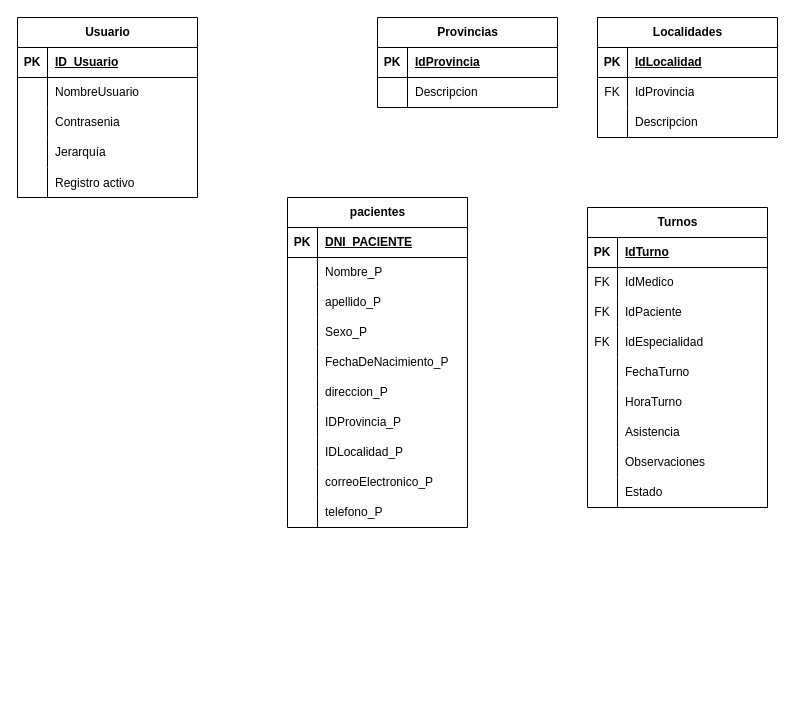
This is DER_Clinica.drawio from ZerothVeratross/tpi-progra3, a draw.io file, before an edit. Source tidied: cells renumbered, new cells numbered last; positions are measured from the earlier drawing's top-left corner, leaving out a move shared by most shapes. Both pictures are drawn from the tidied source at 100%, with x=0, y=0 at pixel (17, 17).
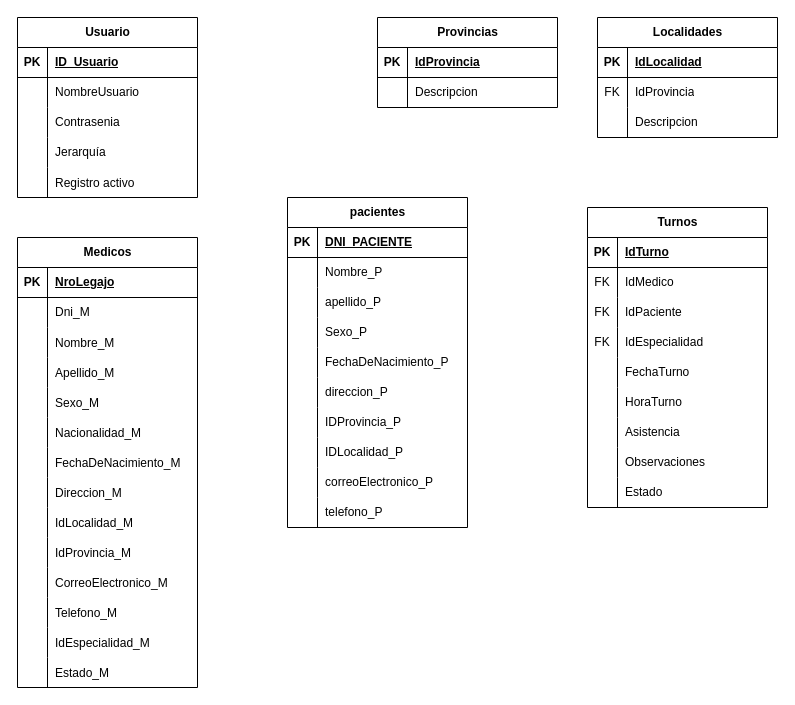
After the change.

Commit message:
Update Der_Clinica Add TablaMedicos

What changed in the source:
```diff
@@
+    <mxCell id="94" value="Medicos" style="shape=table;startSize=30;childLayout=tableLayout;rowLines=0;fontStyle=1;align=center;html=1;" parent="1" vertex="1">
+      <mxGeometry y="220" width="180" height="450" as="geometry" />
+    </mxCell>
+    <mxCell id="95" style="shape=tableRow;horizontal=0;startSize=0;swimlaneHead=0;swimlaneBody=0;fillColor=none;top=0;left=0;right=0;bottom=1;" parent="94" vertex="1">
+      <mxGeometry y="30" width="180" height="30" as="geometry" />
+    </mxCell>
+    <mxCell id="96" value="PK" style="shape=partialRectangle;fillColor=none;top=0;left=0;bottom=0;right=0;fontStyle=1;overflow=hidden;whiteSpace=wrap;html=1;" parent="95" vertex="1">
+      <mxGeometry width="30" height="30" as="geometry" />
+    </mxCell>
+    <mxCell id="97" value="NroLegajo" style="shape=partialRectangle;fillColor=none;top=0;left=0;bottom=0;right=0;align=left;spacingLeft=6;fontStyle=5;overflow=hidden;whiteSpace=wrap;html=1;" parent="95" vertex="1">
+      <mxGeometry x="30" width="150" height="30" as="geometry" />
+    </mxCell>
+    <mxCell id="98" style="shape=tableRow;horizontal=0;startSize=0;swimlaneHead=0;swimlaneBody=0;fillColor=none;top=0;left=0;right=0;bottom=0;" parent="94" vertex="1">
+      <mxGeometry y="60" width="180" height="30" as="geometry" />
+    </mxCell>
+    <mxCell id="99" style="shape=partialRectangle;fillColor=none;top=0;left=0;bottom=0;right=0;overflow=hidden;whiteSpace=wrap;html=1;" parent="98" vertex="1">
+      <mxGeometry width="30" height="30" as="geometry" />
+    </mxCell>
+    <mxCell id="100" value="Dni_M" style="shape=partialRectangle;fillColor=none;top=0;left=0;bottom=0;right=0;align=left;spacingLeft=6;overflow=hidden;whiteSpace=wrap;html=1;" parent="98" vertex="1">
+      <mxGeometry x="30" width="150" height="30" as="geometry" />
+    </mxCell>
+    <mxCell id="101" style="shape=tableRow;horizontal=0;startSize=0;swimlaneHead=0;swimlaneBody=0;fillColor=none;top=0;left=0;right=0;bottom=0;" parent="94" vertex="1">
+      <mxGeometry y="90" width="180" height="30" as="geometry" />
+    </mxCell>
+    <mxCell id="102" style="shape=partialRectangle;fillColor=none;top=0;left=0;bottom=0;right=0;overflow=hidden;" parent="101" vertex="1">
+      <mxGeometry width="30" height="30" as="geometry" />
+    </mxCell>
+    <mxCell id="103" value="Nombre_M" style="shape=partialRectangle;fillColor=none;top=0;left=0;bottom=0;right=0;align=left;spacingLeft=6;overflow=hidden;" parent="101" vertex="1">
+      <mxGeometry x="30" width="150" height="30" as="geometry" />
+    </mxCell>
+    <mxCell id="104" style="shape=tableRow;horizontal=0;startSize=0;swimlaneHead=0;swimlaneBody=0;fillColor=none;top=0;left=0;right=0;bottom=0;" parent="94" vertex="1">
+      <mxGeometry y="120" width="180" height="30" as="geometry" />
+    </mxCell>
+    <mxCell id="105" style="shape=partialRectangle;fillColor=none;top=0;left=0;bottom=0;right=0;overflow=hidden;" parent="104" vertex="1">
+      <mxGeometry width="30" height="30" as="geometry" />
+    </mxCell>
+    <mxCell id="106" value="Apellido_M" style="shape=partialRectangle;fillColor=none;top=0;left=0;bottom=0;right=0;align=left;spacingLeft=6;overflow=hidden;" parent="104" vertex="1">
+      <mxGeometry x="30" width="150" height="30" as="geometry" />
+    </mxCell>
+    <mxCell id="107" style="shape=tableRow;horizontal=0;startSize=0;swimlaneHead=0;swimlaneBody=0;fillColor=none;top=0;left=0;right=0;bottom=0;" parent="94" vertex="1">
+      <mxGeometry y="150" width="180" height="30" as="geometry" />
+    </mxCell>
+    <mxCell id="108" style="shape=partialRectangle;fillColor=none;top=0;left=0;bottom=0;right=0;overflow=hidden;" parent="107" vertex="1">
+      <mxGeometry width="30" height="30" as="geometry" />
+    </mxCell>
+    <mxCell id="109" value="Sexo_M" style="shape=partialRectangle;fillColor=none;top=0;left=0;bottom=0;right=0;align=left;spacingLeft=6;overflow=hidden;" parent="107" vertex="1">
+      <mxGeometry x="30" width="150" height="30" as="geometry" />
+    </mxCell>
+    <mxCell id="110" style="shape=tableRow;horizontal=0;startSize=0;swimlaneHead=0;swimlaneBody=0;fillColor=none;top=0;left=0;right=0;bottom=0;" parent="94" vertex="1">
+      <mxGeometry y="180" width="180" height="30" as="geometry" />
+    </mxCell>
+    <mxCell id="111" style="shape=partialRectangle;fillColor=none;top=0;left=0;bottom=0;right=0;overflow=hidden;" parent="110" vertex="1">
+      <mxGeometry width="30" height="30" as="geometry" />
+    </mxCell>
+    <mxCell id="112" value="Nacionalidad_M" style="shape=partialRectangle;fillColor=none;top=0;left=0;bottom=0;right=0;align=left;spacingLeft=6;overflow=hidden;" parent="110" vertex="1">
+      <mxGeometry x="30" width="150" height="30" as="geometry" />
+    </mxCell>
+    <mxCell id="113" style="shape=tableRow;horizontal=0;startSize=0;swimlaneHead=0;swimlaneBody=0;fillColor=none;top=0;left=0;right=0;bottom=0;" parent="94" vertex="1">
+      <mxGeometry y="210" width="180" height="30" as="geometry" />
+    </mxCell>
+    <mxCell id="114" style="shape=partialRectangle;fillColor=none;top=0;left=0;bottom=0;right=0;overflow=hidden;" parent="113" vertex="1">
+      <mxGeometry width="30" height="30" as="geometry" />
+    </mxCell>
+    <mxCell id="115" value="FechaDeNacimiento_M" style="shape=partialRectangle;fillColor=none;top=0;left=0;bottom=0;right=0;align=left;spacingLeft=6;overflow=hidden;" parent="113" vertex="1">
+      <mxGeometry x="30" width="150" height="30" as="geometry" />
+    </mxCell>
+    <mxCell id="116" style="shape=tableRow;horizontal=0;startSize=0;swimlaneHead=0;swimlaneBody=0;fillColor=none;top=0;left=0;right=0;bottom=0;" parent="94" vertex="1">
+      <mxGeometry y="240" width="180" height="30" as="geometry" />
+    </mxCell>
+    <mxCell id="117" style="shape=partialRectangle;fillColor=none;top=0;left=0;bottom=0;right=0;overflow=hidden;" parent="116" vertex="1">
+      <mxGeometry width="30" height="30" as="geometry" />
+    </mxCell>
+    <mxCell id="118" value="Direccion_M" style="shape=partialRectangle;fillColor=none;top=0;left=0;bottom=0;right=0;align=left;spacingLeft=6;overflow=hidden;" parent="116" vertex="1">
+      <mxGeometry x="30" width="150" height="30" as="geometry" />
+    </mxCell>
+    <mxCell id="119" style="shape=tableRow;horizontal=0;startSize=0;swimlaneHead=0;swimlaneBody=0;fillColor=none;top=0;left=0;right=0;bottom=0;" parent="94" vertex="1">
+      <mxGeometry y="270" width="180" height="30" as="geometry" />
+    </mxCell>
+    <mxCell id="120" style="shape=partialRectangle;fillColor=none;top=0;left=0;bottom=0;right=0;overflow=hidden;" parent="119" vertex="1">
+      <mxGeometry width="30" height="30" as="geometry" />
+    </mxCell>
+    <mxCell id="121" value="IdLocalidad_M" style="shape=partialRectangle;fillColor=none;top=0;left=0;bottom=0;right=0;align=left;spacingLeft=6;overflow=hidden;" parent="119" vertex="1">
+      <mxGeometry x="30" width="150" height="30" as="geometry" />
+    </mxCell>
+    <mxCell id="122" style="shape=tableRow;horizontal=0;startSize=0;swimlaneHead=0;swimlaneBody=0;fillColor=none;top=0;left=0;right=0;bottom=0;" parent="94" vertex="1">
+      <mxGeometry y="300" width="180" height="30" as="geometry" />
+    </mxCell>
+    <mxCell id="123" style="shape=partialRectangle;fillColor=none;top=0;left=0;bottom=0;right=0;overflow=hidden;" parent="122" vertex="1">
+      <mxGeometry width="30" height="30" as="geometry" />
+    </mxCell>
+    <mxCell id="124" value="IdProvincia_M" style="shape=partialRectangle;fillColor=none;top=0;left=0;bottom=0;right=0;align=left;spacingLeft=6;overflow=hidden;" parent="122" vertex="1">
+      <mxGeometry x="30" width="150" height="30" as="geometry" />
+    </mxCell>
+    <mxCell id="125" style="shape=tableRow;horizontal=0;startSize=0;swimlaneHead=0;swimlaneBody=0;fillColor=none;top=0;left=0;right=0;bottom=0;" parent="94" vertex="1">
+      <mxGeometry y="330" width="180" height="30" as="geometry" />
+    </mxCell>
+    <mxCell id="126" style="shape=partialRectangle;fillColor=none;top=0;left=0;bottom=0;right=0;overflow=hidden;" parent="125" vertex="1">
+      <mxGeometry width="30" height="30" as="geometry" />
+    </mxCell>
+    <mxCell id="127" value="CorreoElectronico_M" style="shape=partialRectangle;fillColor=none;top=0;left=0;bottom=0;right=0;align=left;spacingLeft=6;overflow=hidden;" parent="125" vertex="1">
+      <mxGeometry x="30" width="150" height="30" as="geometry" />
+    </mxCell>
+    <mxCell id="128" style="shape=tableRow;horizontal=0;startSize=0;swimlaneHead=0;swimlaneBody=0;fillColor=none;top=0;left=0;right=0;bottom=0;" parent="94" vertex="1">
+      <mxGeometry y="360" width="180" height="30" as="geometry" />
+    </mxCell>
+    <mxCell id="129" style="shape=partialRectangle;fillColor=none;top=0;left=0;bottom=0;right=0;overflow=hidden;" parent="128" vertex="1">
+      <mxGeometry width="30" height="30" as="geometry" />
+    </mxCell>
+    <mxCell id="130" value="Telefono_M" style="shape=partialRectangle;fillColor=none;top=0;left=0;bottom=0;right=0;align=left;spacingLeft=6;overflow=hidden;" parent="128" vertex="1">
+      <mxGeometry x="30" width="150" height="30" as="geometry" />
+    </mxCell>
+    <mxCell id="131" style="shape=tableRow;horizontal=0;startSize=0;swimlaneHead=0;swimlaneBody=0;fillColor=none;top=0;left=0;right=0;bottom=0;" parent="94" vertex="1">
+      <mxGeometry y="390" width="180" height="30" as="geometry" />
+    </mxCell>
+    <mxCell id="132" style="shape=partialRectangle;fillColor=none;top=0;left=0;bottom=0;right=0;overflow=hidden;" parent="131" vertex="1">
+      <mxGeometry width="30" height="30" as="geometry" />
+    </mxCell>
+    <mxCell id="133" value="IdEspecialidad_M" style="shape=partialRectangle;fillColor=none;top=0;left=0;bottom=0;right=0;align=left;spacingLeft=6;overflow=hidden;" parent="131" vertex="1">
+      <mxGeometry x="30" width="150" height="30" as="geometry" />
+    </mxCell>
+    <mxCell id="134" style="shape=tableRow;horizontal=0;startSize=0;swimlaneHead=0;swimlaneBody=0;fillColor=none;top=0;left=0;right=0;bottom=0;" parent="94" vertex="1">
+      <mxGeometry y="420" width="180" height="30" as="geometry" />
+    </mxCell>
+    <mxCell id="135" style="shape=partialRectangle;fillColor=none;top=0;left=0;bottom=0;right=0;overflow=hidden;" parent="134" vertex="1">
+      <mxGeometry width="30" height="30" as="geometry" />
+    </mxCell>
+    <mxCell id="136" value="Estado_M" style="shape=partialRectangle;fillColor=none;top=0;left=0;bottom=0;right=0;align=left;spacingLeft=6;overflow=hidden;" parent="134" vertex="1">
+      <mxGeometry x="30" width="150" height="30" as="geometry" />
+    </mxCell>
```
